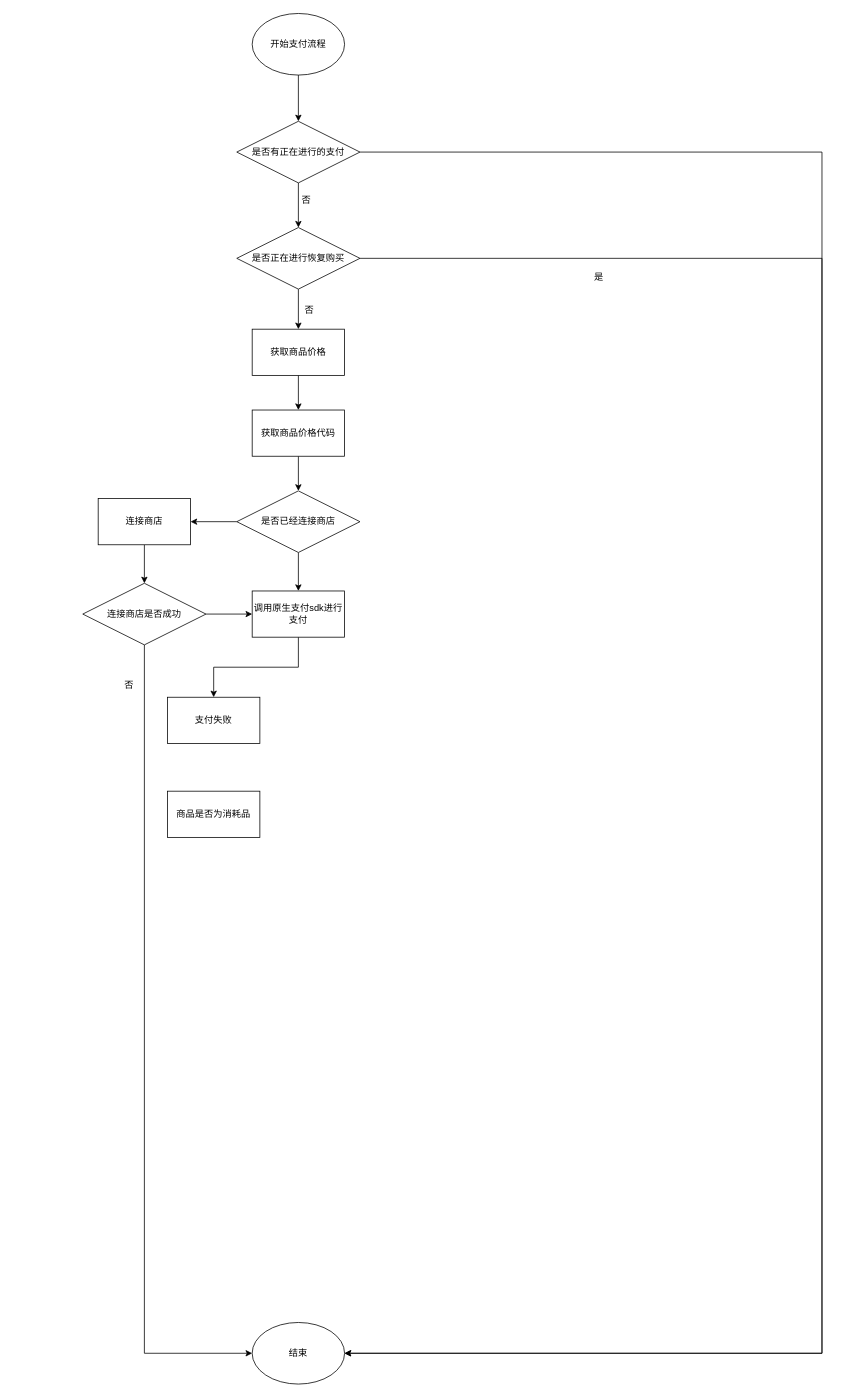
Earlier version of the draw.io diagram .drawio (lxy8228535/Diagrams). Source tidied: cells renumbered, new cells numbered last; positions are measured from the earlier drawing's top-left corner, leaving out a move shared by most shapes. Both pictures are drawn from the tidied source at 77%, with x=0, y=0 at pixel (82, 13).
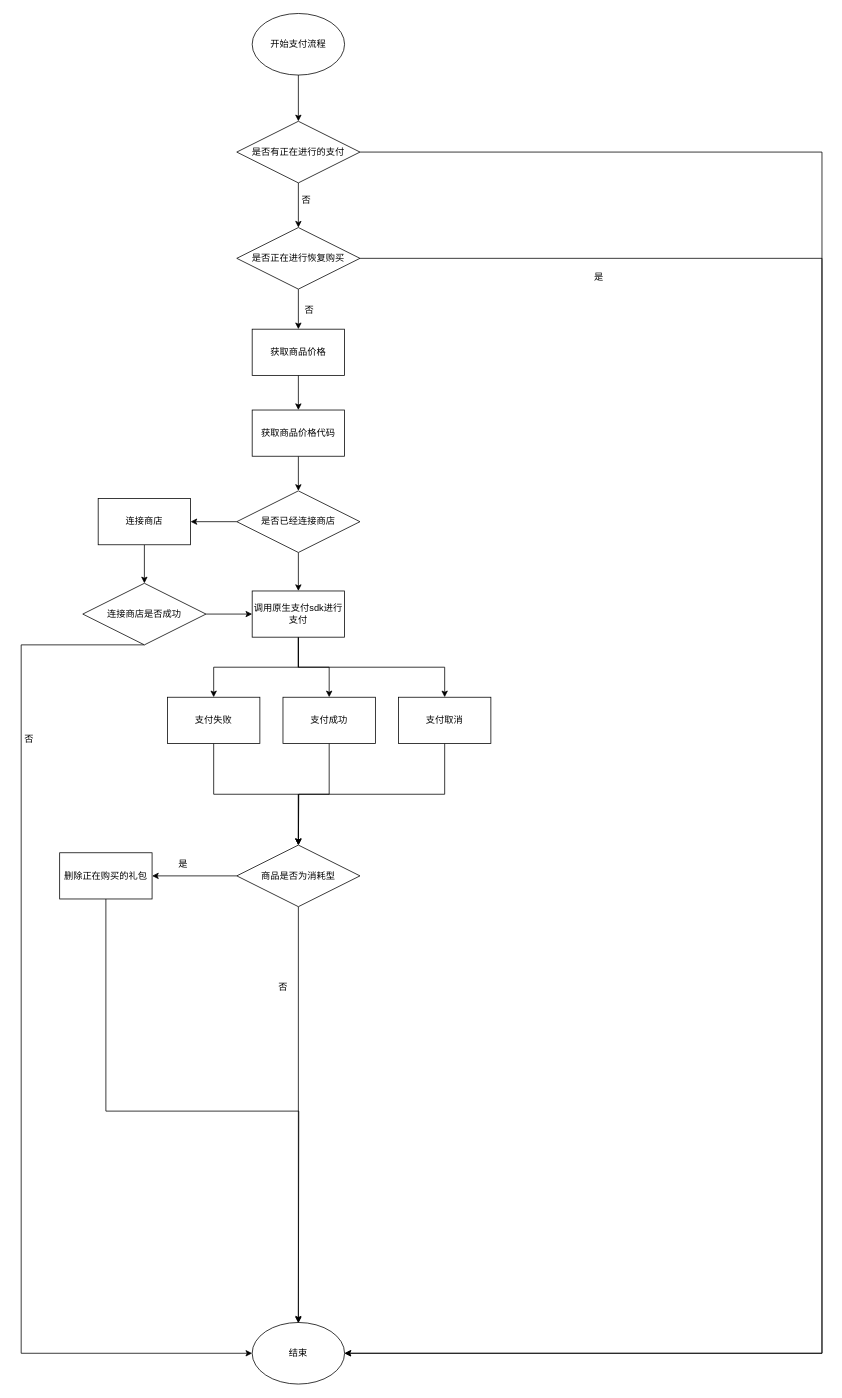
The same page after the edit.

Unchanged cells that the change refers to:
```xml
<mxCell id="4" value="结束" style="ellipse;whiteSpace=wrap;html=1;" parent="1" vertex="1">
  <mxGeometry x="220" y="1700" width="120" height="80" as="geometry" />
</mxCell>
<mxCell id="25" value="连接商店是否成功" style="rhombus;whiteSpace=wrap;html=1;" parent="1" vertex="1">
  <mxGeometry y="740" width="160" height="80" as="geometry" />
</mxCell>
<mxCell id="28" value="调用原生支付sdk进行支付" style="rounded=0;whiteSpace=wrap;html=1;" parent="1" vertex="1">
  <mxGeometry x="220" y="750" width="120" height="60" as="geometry" />
</mxCell>
<mxCell id="29" value="支付失败" style="rounded=0;whiteSpace=wrap;html=1;" parent="1" vertex="1">
  <mxGeometry x="110" y="888" width="120" height="60" as="geometry" />
</mxCell>
```

What changed in the source:
```diff
@@
     <mxCell id="23" style="edgeStyle=orthogonalEdgeStyle;rounded=0;jettySize=auto;html=1;exitX=0.5;exitY=1;exitDx=0;exitDy=0;entryX=0;entryY=0.5;entryDx=0;entryDy=0;" parent="1" edge="1" source="25" target="4">
-      <mxGeometry relative="1" as="geometry" />
+      <mxGeometry relative="1" as="geometry">
+        <Array as="points">
+          <mxPoint x="-80" y="820" />
+          <mxPoint x="-80" y="1740" />
+        </Array>
+      </mxGeometry>
     </mxCell>
@@
     <mxCell id="26" value="否" style="text;html=1;align=center;verticalAlign=middle;strokeColor=none;fillColor=none;" parent="1" vertex="1">
-      <mxGeometry x="40" y="858" width="40" height="30" as="geometry" />
+      <mxGeometry x="-90" y="928" width="40" height="30" as="geometry" />
     </mxCell>
@@
+    <mxCell id="31" style="edgeStyle=orthogonalEdgeStyle;rounded=0;jettySize=auto;html=1;exitX=0.5;exitY=1;exitDx=0;exitDy=0;" parent="1" edge="1" source="28" target="42">
+      <mxGeometry relative="1" as="geometry" />
+    </mxCell>
+    <mxCell id="32" style="edgeStyle=orthogonalEdgeStyle;rounded=0;jettySize=auto;html=1;exitX=0.5;exitY=1;exitDx=0;exitDy=0;" parent="1" edge="1" source="28" target="44">
+      <mxGeometry relative="1" as="geometry" />
+    </mxCell>
@@
+    <mxCell id="33" style="edgeStyle=orthogonalEdgeStyle;rounded=0;jettySize=auto;html=1;" parent="1" edge="1" source="29" target="36">
+      <mxGeometry relative="1" as="geometry" />
+    </mxCell>
@@
-    <mxCell id="30" value="商品是否为消耗品" style="rounded=0;whiteSpace=wrap;html=1;" parent="1" vertex="1">
-      <mxGeometry x="110" y="1010" width="120" height="60" as="geometry" />
-    </mxCell>
+    <mxCell id="34" style="edgeStyle=orthogonalEdgeStyle;rounded=0;jettySize=auto;html=1;" parent="1" edge="1" source="36" target="39">
+      <mxGeometry relative="1" as="geometry" />
+    </mxCell>
+    <mxCell id="35" style="edgeStyle=orthogonalEdgeStyle;rounded=0;jettySize=auto;html=1;entryX=0.5;entryY=0;entryDx=0;entryDy=0;" parent="1" edge="1" source="36" target="4">
+      <mxGeometry relative="1" as="geometry" />
+    </mxCell>
+    <mxCell id="36" value="商品是否为消耗型" style="rhombus;whiteSpace=wrap;html=1;" parent="1" vertex="1">
+      <mxGeometry x="200" y="1080" width="160" height="80" as="geometry" />
+    </mxCell>
+    <mxCell id="37" value="否" style="text;html=1;align=center;verticalAlign=middle;strokeColor=none;fillColor=none;" parent="1" vertex="1">
+      <mxGeometry x="240" y="1250" width="40" height="30" as="geometry" />
+    </mxCell>
+    <mxCell id="38" style="edgeStyle=orthogonalEdgeStyle;rounded=0;jettySize=auto;html=1;exitX=0.5;exitY=1;exitDx=0;exitDy=0;" parent="1" edge="1" source="39">
+      <mxGeometry relative="1" as="geometry">
+        <mxPoint x="280" y="1701" as="targetPoint" />
+      </mxGeometry>
+    </mxCell>
+    <mxCell id="39" value="删除正在购买的礼包" style="rounded=0;whiteSpace=wrap;html=1;" parent="1" vertex="1">
+      <mxGeometry x="-30" y="1090" width="120" height="60" as="geometry" />
+    </mxCell>
+    <mxCell id="40" value="是" style="text;html=1;align=center;verticalAlign=middle;strokeColor=none;fillColor=none;" parent="1" vertex="1">
+      <mxGeometry x="110" y="1090" width="40" height="30" as="geometry" />
+    </mxCell>
+    <mxCell id="41" style="edgeStyle=orthogonalEdgeStyle;rounded=0;jettySize=auto;html=1;exitX=0.5;exitY=1;exitDx=0;exitDy=0;entryX=0.5;entryY=0;entryDx=0;entryDy=0;" parent="1" edge="1" source="42" target="36">
+      <mxGeometry relative="1" as="geometry" />
+    </mxCell>
+    <mxCell id="42" value="支付成功" style="rounded=0;whiteSpace=wrap;html=1;" parent="1" vertex="1">
+      <mxGeometry x="260" y="888" width="120" height="60" as="geometry" />
+    </mxCell>
+    <mxCell id="43" style="edgeStyle=orthogonalEdgeStyle;rounded=0;jettySize=auto;html=1;exitX=0.5;exitY=1;exitDx=0;exitDy=0;" parent="1" edge="1" source="44">
+      <mxGeometry relative="1" as="geometry">
+        <mxPoint x="280" y="1080" as="targetPoint" />
+      </mxGeometry>
+    </mxCell>
+    <mxCell id="44" value="支付取消" style="rounded=0;whiteSpace=wrap;html=1;" parent="1" vertex="1">
+      <mxGeometry x="410" y="888" width="120" height="60" as="geometry" />
+    </mxCell>
```
